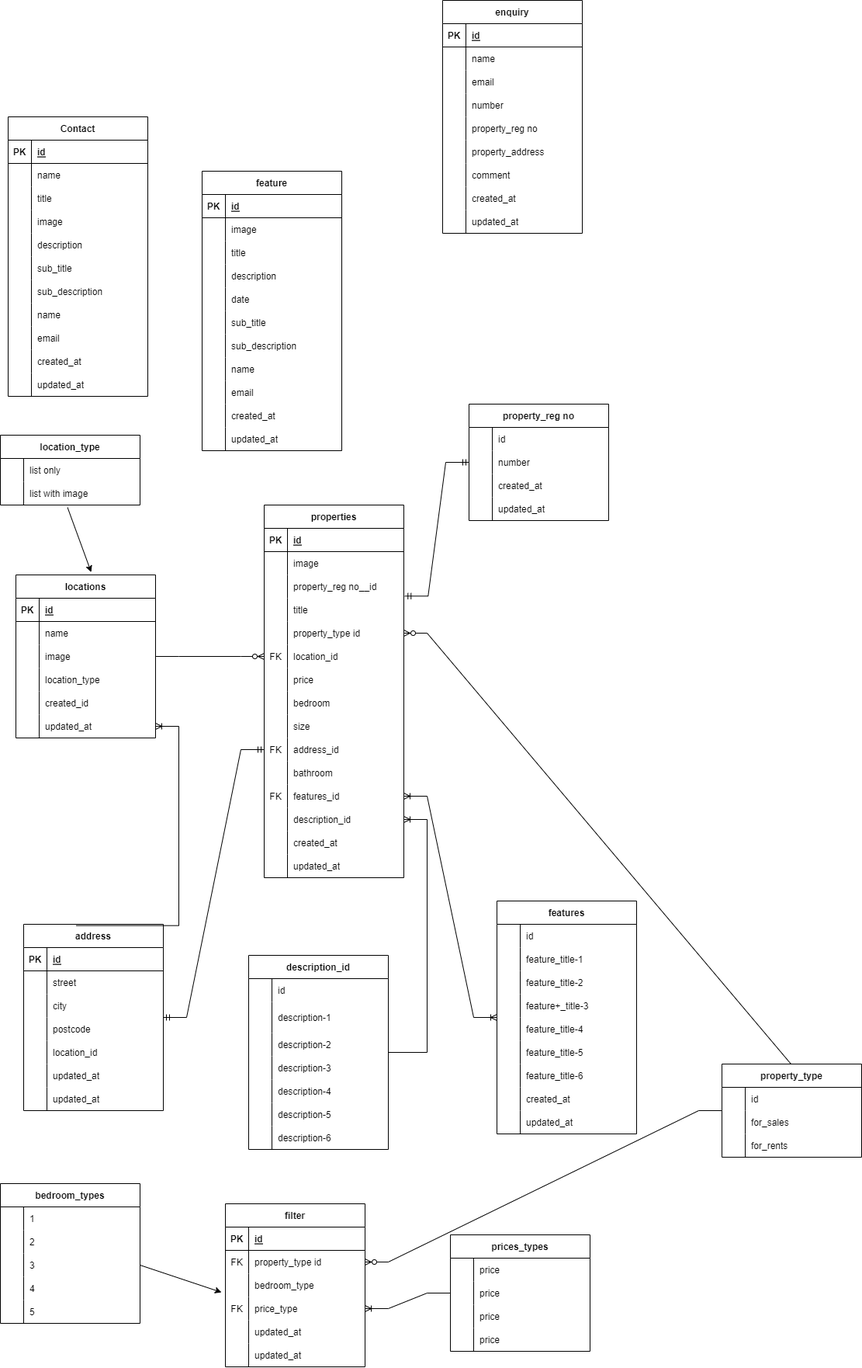
Before: Estate database diagram.drawio.png, a diagram exported from draw.io (cullkid/text-animation). Source tidied: cells renumbered, new cells last; positions are measured from the earlier drawing's top-left corner, leaving out a move shared by most shapes.
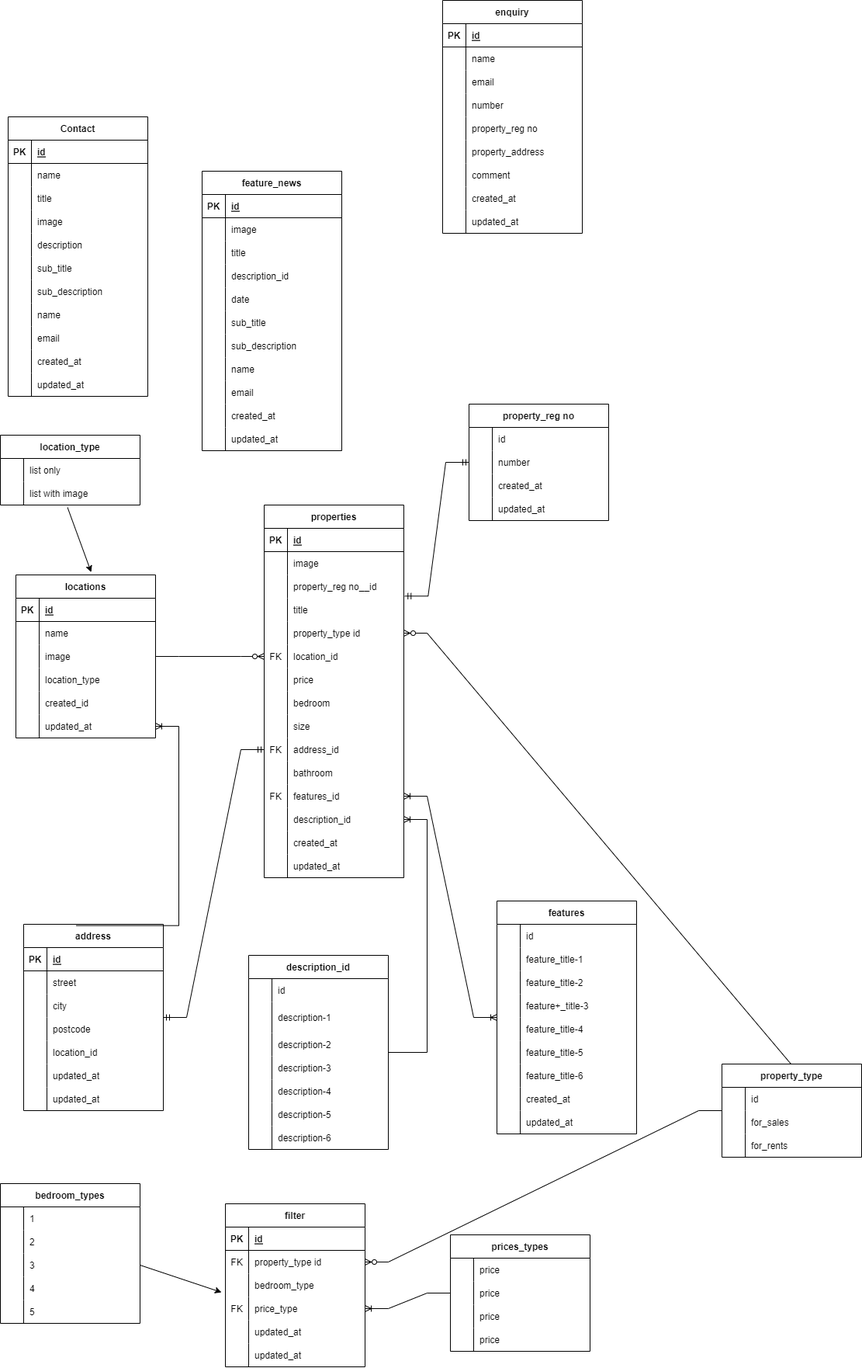
The same diagram one commit later.

What changed in the source:
```diff
@@ -467,7 +467,7 @@
     <mxCell id="156" value="updated_at" style="shape=partialRectangle;fillColor=none;top=0;left=0;bottom=0;right=0;align=left;spacingLeft=6;overflow=hidden;" parent="154" vertex="1">
       <mxGeometry x="30" width="150" height="30" as="geometry" />
     </mxCell>
-    <mxCell id="157" value="feature" style="shape=table;startSize=30;rowLines=0;fontStyle=1;align=center;" parent="1" vertex="1">
+    <mxCell id="157" value="feature_news" style="shape=table;startSize=30;rowLines=0;fontStyle=1;align=center;" parent="1" vertex="1">
       <mxGeometry x="260" y="220" width="180" height="360" as="geometry" />
     </mxCell>
     <mxCell id="158" style="shape=tableRow;horizontal=0;startSize=0;swimlaneHead=0;swimlaneBody=0;fillColor=none;top=0;left=0;right=0;bottom=1;" parent="157" vertex="1">
@@ -503,7 +503,7 @@
     <mxCell id="168" style="shape=partialRectangle;fillColor=none;top=0;left=0;bottom=0;right=0;overflow=hidden;" parent="167" vertex="1">
       <mxGeometry width="30" height="30" as="geometry" />
     </mxCell>
-    <mxCell id="169" value="description" style="shape=partialRectangle;fillColor=none;top=0;left=0;bottom=0;right=0;align=left;spacingLeft=6;overflow=hidden;" parent="167" vertex="1">
+    <mxCell id="169" value="description_id" style="shape=partialRectangle;fillColor=none;top=0;left=0;bottom=0;right=0;align=left;spacingLeft=6;overflow=hidden;" parent="167" vertex="1">
       <mxGeometry x="30" width="150" height="30" as="geometry" />
     </mxCell>
     <mxCell id="170" style="shape=tableRow;horizontal=0;startSize=0;swimlaneHead=0;swimlaneBody=0;fillColor=none;top=0;left=0;right=0;bottom=0;" parent="157" vertex="1">
```
